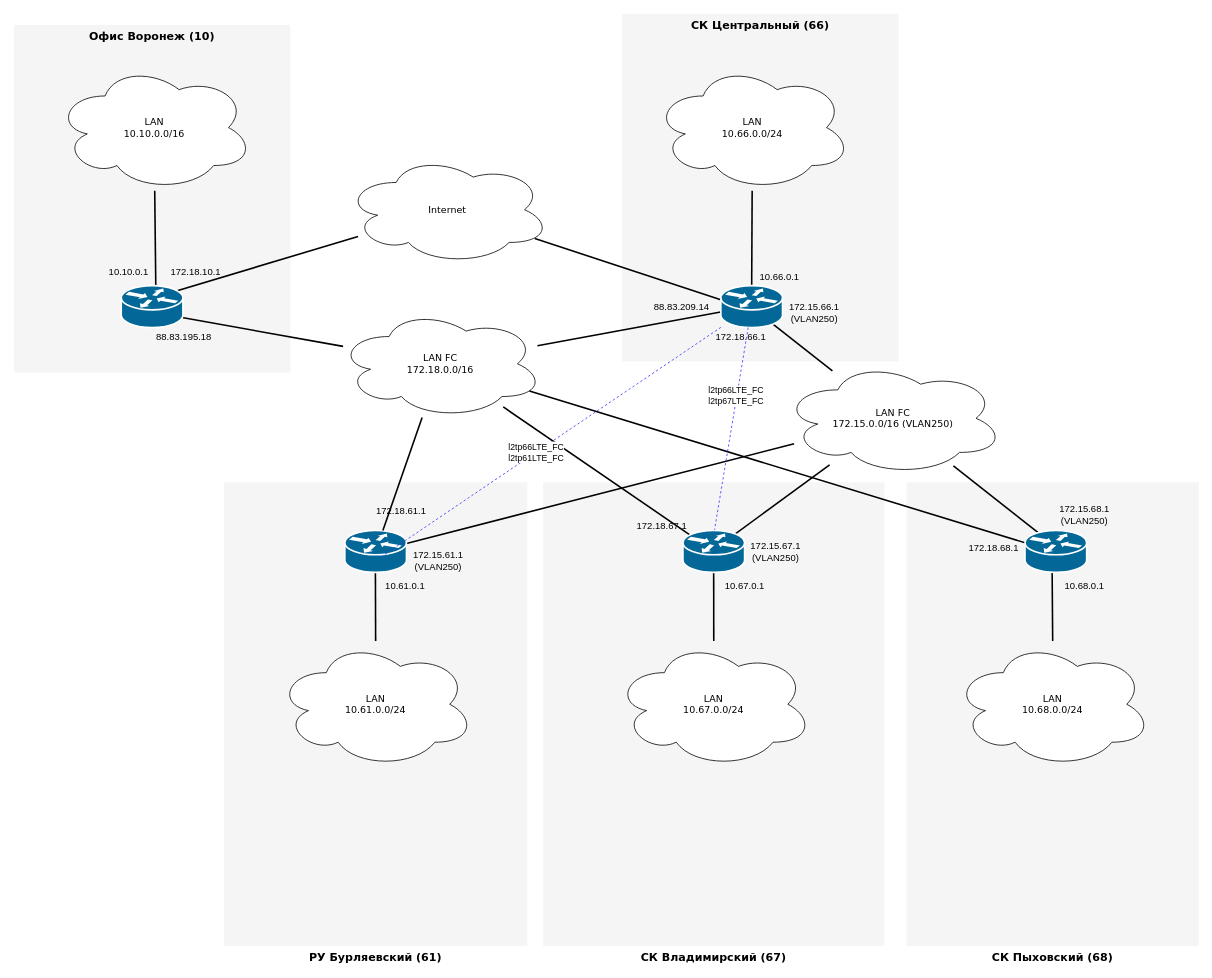
Before: L3 Новохоперск.drawio in kronalf/Novohapersk, a draw.io diagram. Source tidied: cells renumbered, new cells numbered last; positions are measured from the earlier drawing's top-left corner, leaving out a move shared by most shapes. Both pictures are drawn from the tidied source at 79%, with x=0, y=0 at pixel (13, 13).
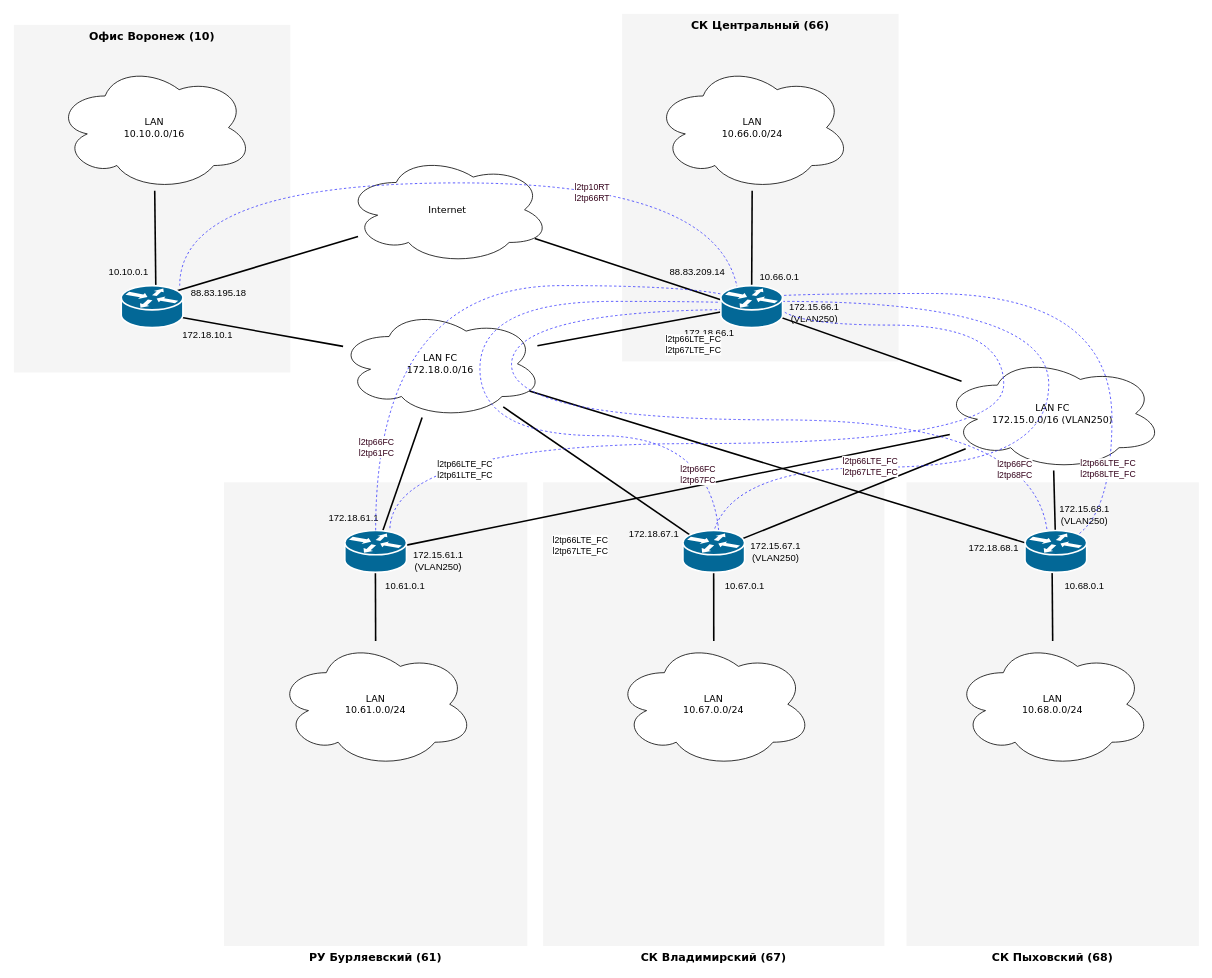
After the change.

The change refers to these unchanged cells:
```xml
<mxCell id="47" style="shape=mxgraph.cisco.routers.router;html=1;dashed=0;fillColor=#036897;strokeColor=#ffffff;strokeWidth=2;verticalLabelPosition=bottom;verticalAlign=top;rounded=0;shadow=0;comic=0;fontFamily=Verdana;fontSize=12;" parent="1" vertex="1">
  <mxGeometry x="136" y="344" width="78" height="53" as="geometry" />
</mxCell>
```

What changed in the source:
```diff
@@
     <mxCell id="11" value="LAN FC&lt;br&gt;172.15.0.0/16 (VLAN250)" style="ellipse;shape=cloud;whiteSpace=wrap;html=1;rounded=0;shadow=0;comic=0;strokeWidth=1;fontFamily=Verdana;fontSize=12;" parent="1" vertex="1">
-      <mxGeometry x="973" y="440" width="280" height="144" as="geometry" />
+      <mxGeometry x="1175" y="434" width="280" height="144" as="geometry" />
     </mxCell>
@@
-    <mxCell id="25" style="shape=mxgraph.cisco.routers.router;html=1;dashed=0;fillColor=#036897;strokeColor=#ffffff;strokeWidth=2;verticalLabelPosition=bottom;verticalAlign=top;rounded=0;shadow=0;comic=0;fontFamily=Verdana;fontSize=12;" parent="1" vertex="1">
-      <mxGeometry x="419" y="654" width="78" height="53" as="geometry" />
-    </mxCell>
@@
     <mxCell id="31" value="172.18.61.1" style="text;html=1;align=center;verticalAlign=middle;fillColor=none;strokeColor=none;rounded=0;" parent="1" vertex="1">
-      <mxGeometry x="450" y="619" width="80" height="20" as="geometry" />
+      <mxGeometry x="390" y="629" width="80" height="20" as="geometry" />
     </mxCell>
     <mxCell id="32" value="172.18.67.1" style="text;html=1;align=center;verticalAlign=middle;fillColor=none;strokeColor=none;rounded=0;" parent="1" vertex="1">
-      <mxGeometry x="780" y="639" width="80" height="20" as="geometry" />
+      <mxGeometry x="770" y="649" width="80" height="20" as="geometry" />
     </mxCell>
@@
-    <mxCell id="36" style="shape=mxgraph.cisco.routers.router;html=1;dashed=0;fillColor=#036897;strokeColor=#ffffff;strokeWidth=2;verticalLabelPosition=bottom;verticalAlign=top;rounded=0;shadow=0;comic=0;fontFamily=Verdana;fontSize=12;" parent="1" vertex="1">
-      <mxGeometry x="1280" y="654" width="78" height="53" as="geometry" />
-    </mxCell>
     <mxCell id="37" value="172.18.66.1" style="text;html=1;align=center;verticalAlign=middle;fillColor=none;strokeColor=none;rounded=0;" parent="1" vertex="1">
-      <mxGeometry x="880" y="399" width="80" height="20" as="geometry" />
+      <mxGeometry x="840" y="394" width="80" height="20" as="geometry" />
     </mxCell>
@@
     <mxCell id="42" value="88.83.195.18" style="text;html=1;align=center;verticalAlign=middle;fillColor=none;strokeColor=none;rounded=0;" parent="1" vertex="1">
-      <mxGeometry x="170" y="399" width="90" height="20" as="geometry" />
+      <mxGeometry x="214" y="344" width="90" height="20" as="geometry" />
     </mxCell>
     <mxCell id="43" value="172.18.10.1" style="text;html=1;align=center;verticalAlign=middle;fillColor=none;strokeColor=none;rounded=0;" parent="1" vertex="1">
-      <mxGeometry x="190" y="317" width="80" height="20" as="geometry" />
+      <mxGeometry x="205" y="397" width="80" height="20" as="geometry" />
     </mxCell>
@@
-    <mxCell id="49" style="shape=mxgraph.cisco.routers.router;html=1;dashed=0;fillColor=#036897;strokeColor=#ffffff;strokeWidth=2;verticalLabelPosition=bottom;verticalAlign=top;rounded=0;shadow=0;comic=0;fontFamily=Verdana;fontSize=12;" parent="1" vertex="1">
-      <mxGeometry x="895" y="344" width="78" height="53" as="geometry" />
-    </mxCell>
     <mxCell id="50" value="88.83.209.14" style="text;html=1;align=center;verticalAlign=middle;fillColor=none;strokeColor=none;rounded=0;" parent="1" vertex="1">
-      <mxGeometry x="800" y="360.5" width="90" height="20" as="geometry" />
+      <mxGeometry x="820" y="317" width="90" height="20" as="geometry" />
     </mxCell>
-    <mxCell id="51" style="endArrow=none;dashed=1;html=1;rounded=0;entryX=0.449;entryY=0.547;entryDx=0;entryDy=0;entryPerimeter=0;fontColor=#3333FF;strokeColor=#3333FF;" parent="1" edge="1" source="49" target="53">
-      <mxGeometry relative="1" as="geometry" />
+    <mxCell id="51" style="endArrow=none;dashed=1;html=1;rounded=0;entryX=0.449;entryY=0.547;entryDx=0;entryDy=0;entryPerimeter=0;fontColor=#3333FF;strokeColor=#3333FF;edgeStyle=orthogonalEdgeStyle;elbow=vertical;curved=1;" parent="1" edge="1" source="49" target="53">
+      <mxGeometry relative="1" as="geometry">
+        <Array as="points">
+          <mxPoint x="1310" y="364" />
+          <mxPoint x="1310" y="574" />
+          <mxPoint x="882" y="574" />
+        </Array>
+      </mxGeometry>
     </mxCell>
-    <mxCell id="52" value="l2tp66LTE_FC&lt;br&gt;l2tp67LTE_FC" style="edgeLabel;html=1;align=center;verticalAlign=middle;" parent="51" vertex="1">
-      <mxGeometry x="-0.39" y="-2" relative="1" as="geometry" />
-    </mxCell>
-    <mxCell id="53" style="shape=mxgraph.cisco.routers.router;html=1;dashed=0;fillColor=#036897;strokeColor=#ffffff;strokeWidth=2;verticalLabelPosition=bottom;verticalAlign=top;rounded=0;shadow=0;comic=0;fontFamily=Verdana;fontSize=12;" parent="1" vertex="1">
-      <mxGeometry x="847" y="654" width="78" height="53" as="geometry" />
-    </mxCell>
+    <mxCell id="56" value="l2tp66LTE_FC&lt;br&gt;l2tp67LTE_FC" style="edgeLabel;html=1;align=center;verticalAlign=middle;fontColor=#33001A;" parent="51" vertex="1">
+      <mxGeometry x="0.43" y="-2" relative="1" as="geometry">
+        <mxPoint x="1" as="offset" />
+      </mxGeometry>
+    </mxCell>
-    <mxCell id="54" style="endArrow=none;dashed=1;html=1;rounded=0;entryX=0.577;entryY=0.642;entryDx=0;entryDy=0;entryPerimeter=0;fontColor=#3333FF;strokeColor=#3333FF;" parent="1" edge="1" source="49" target="25">
-      <mxGeometry relative="1" as="geometry" />
+    <mxCell id="54" style="endArrow=none;dashed=1;html=1;rounded=0;fontColor=#3333FF;strokeColor=#3333FF;edgeStyle=orthogonalEdgeStyle;curved=1;exitX=0.865;exitY=0.56;exitDx=0;exitDy=0;exitPerimeter=0;" parent="1" edge="1" target="25">
+      <mxGeometry relative="1" as="geometry">
+        <mxPoint x="965.8" y="364" as="sourcePoint" />
+        <Array as="points">
+          <mxPoint x="966" y="394" />
+          <mxPoint x="1253" y="394" />
+          <mxPoint x="1253" y="544" />
+          <mxPoint x="476" y="544" />
+        </Array>
+      </mxGeometry>
     </mxCell>
     <mxCell id="55" value="l2tp66LTE_FC&lt;br&gt;l2tp61LTE_FC" style="edgeLabel;html=1;align=center;verticalAlign=middle;" parent="54" vertex="1">
       <mxGeometry x="-0.39" y="-2" relative="1" as="geometry">
-        <mxPoint x="-102" y="70" as="offset" />
+        <mxPoint x="-681" y="87" as="offset" />
       </mxGeometry>
     </mxCell>
+    <mxCell id="57" style="endArrow=none;dashed=1;html=1;rounded=0;fontColor=#3333FF;strokeColor=#3333FF;exitX=0.423;exitY=0.34;exitDx=0;exitDy=0;exitPerimeter=0;edgeStyle=orthogonalEdgeStyle;curved=1;entryX=0.346;entryY=0.335;entryDx=0;entryDy=0;entryPerimeter=0;" parent="1" edge="1" source="49" target="36">
+      <mxGeometry relative="1" as="geometry">
+        <Array as="points">
+          <mxPoint x="928" y="354" />
+          <mxPoint x="1390" y="354" />
+          <mxPoint x="1390" y="672" />
+        </Array>
+      </mxGeometry>
+    </mxCell>
+    <mxCell id="58" value="l2tp66LTE_FC&lt;br&gt;l2tp68LTE_FC" style="edgeLabel;html=1;align=center;verticalAlign=middle;fontColor=#33001A;" parent="57" vertex="1">
+      <mxGeometry x="0.59" y="-6" relative="1" as="geometry" />
+    </mxCell>
+    <mxCell id="25" style="shape=mxgraph.cisco.routers.router;html=1;dashed=0;fillColor=#036897;strokeColor=#ffffff;strokeWidth=2;verticalLabelPosition=bottom;verticalAlign=top;rounded=0;shadow=0;comic=0;fontFamily=Verdana;fontSize=12;" parent="1" vertex="1">
+      <mxGeometry x="419" y="654" width="78" height="53" as="geometry" />
+    </mxCell>
+    <mxCell id="59" style="endArrow=none;dashed=1;html=1;rounded=0;fontColor=#3333FF;strokeColor=#3333FF;edgeStyle=orthogonalEdgeStyle;elbow=vertical;curved=1;exitX=0.295;exitY=0.509;exitDx=0;exitDy=0;exitPerimeter=0;" parent="1" edge="1" source="49" target="47">
+      <mxGeometry relative="1" as="geometry">
+        <Array as="points">
+          <mxPoint x="918" y="214" />
+          <mxPoint x="210" y="214" />
+        </Array>
+      </mxGeometry>
+    </mxCell>
+    <mxCell id="60" value="l2tp66LTE_FC&lt;br&gt;l2tp67LTE_FC" style="edgeLabel;html=1;align=center;verticalAlign=middle;" parent="59" vertex="1">
+      <mxGeometry x="-0.39" y="-2" relative="1" as="geometry">
+        <mxPoint x="88" y="206" as="offset" />
+      </mxGeometry>
+    </mxCell>
+    <mxCell id="61" style="edgeLabel;html=1;align=center;verticalAlign=middle;fontColor=#33001A;" parent="59" vertex="1">
+      <mxGeometry x="-0.27" y="10" relative="1" as="geometry" />
+    </mxCell>
+    <mxCell id="62" value="l2tp10RT&lt;br&gt;l2tp66RT" style="edgeLabel;html=1;align=center;verticalAlign=middle;fontColor=#33001A;" parent="59" vertex="1">
+      <mxGeometry x="-0.31" y="12" relative="1" as="geometry" />
+    </mxCell>
+    <mxCell id="63" style="endArrow=none;dashed=1;html=1;rounded=0;fontColor=#3333FF;strokeColor=#3333FF;edgeStyle=orthogonalEdgeStyle;elbow=vertical;curved=1;exitX=0.449;exitY=0.528;exitDx=0;exitDy=0;exitPerimeter=0;" parent="1" edge="1" source="49" target="25">
+      <mxGeometry relative="1" as="geometry">
+        <Array as="points">
+          <mxPoint x="930" y="344" />
+          <mxPoint x="458" y="344" />
+        </Array>
+      </mxGeometry>
+    </mxCell>
+    <mxCell id="64" value="l2tp66FC&lt;br&gt;l2tp61FC" style="edgeLabel;html=1;align=center;verticalAlign=middle;fontColor=#33001A;" parent="63" vertex="1">
+      <mxGeometry x="0.45" relative="1" as="geometry">
+        <mxPoint y="117" as="offset" />
+      </mxGeometry>
+    </mxCell>
+    <mxCell id="65" style="endArrow=none;dashed=1;html=1;rounded=0;entryX=0.594;entryY=0.447;entryDx=0;entryDy=0;entryPerimeter=0;fontColor=#3333FF;strokeColor=#3333FF;edgeStyle=orthogonalEdgeStyle;elbow=vertical;curved=1;exitX=0.406;exitY=0.447;exitDx=0;exitDy=0;exitPerimeter=0;" parent="1" edge="1" source="49" target="53">
+      <mxGeometry relative="1" as="geometry">
+        <Array as="points">
+          <mxPoint x="927" y="364" />
+          <mxPoint x="590" y="364" />
+          <mxPoint x="590" y="534" />
+          <mxPoint x="893" y="534" />
+        </Array>
+      </mxGeometry>
+    </mxCell>
+    <mxCell id="66" value="l2tp66FC&lt;br&gt;l2tp67FC" style="edgeLabel;html=1;align=center;verticalAlign=middle;fontColor=#33001A;" parent="65" vertex="1">
+      <mxGeometry x="0.8" y="-28" relative="1" as="geometry" />
+    </mxCell>
+    <mxCell id="67" style="endArrow=none;dashed=1;html=1;rounded=0;entryX=0.372;entryY=0.329;entryDx=0;entryDy=0;entryPerimeter=0;fontColor=#3333FF;strokeColor=#3333FF;edgeStyle=orthogonalEdgeStyle;elbow=vertical;curved=1;exitX=0.399;exitY=0.571;exitDx=0;exitDy=0;exitPerimeter=0;" parent="1" edge="1" source="49" target="36">
+      <mxGeometry relative="1" as="geometry">
+        <Array as="points">
+          <mxPoint x="630" y="374" />
+          <mxPoint x="630" y="514" />
+          <mxPoint x="1309" y="514" />
+        </Array>
+      </mxGeometry>
+    </mxCell>
+    <mxCell id="68" value="l2tp66LTE_FC&lt;br&gt;l2tp67LTE_FC" style="edgeLabel;html=1;align=center;verticalAlign=middle;" parent="67" vertex="1">
+      <mxGeometry x="-0.39" y="-2" relative="1" as="geometry">
+        <mxPoint x="88" y="206" as="offset" />
+      </mxGeometry>
+    </mxCell>
+    <mxCell id="69" style="edgeLabel;html=1;align=center;verticalAlign=middle;fontColor=#33001A;" parent="67" vertex="1">
+      <mxGeometry x="0.85" y="-40" relative="1" as="geometry" />
+    </mxCell>
+    <mxCell id="70" value="l2tp66FC&lt;br&gt;l2tp68FC" style="edgeLabel;html=1;align=center;verticalAlign=middle;fontColor=#33001A;" parent="67" vertex="1">
+      <mxGeometry x="0.85" y="-43" relative="1" as="geometry" />
+    </mxCell>
+    <mxCell id="53" style="shape=mxgraph.cisco.routers.router;html=1;dashed=0;fillColor=#036897;strokeColor=#ffffff;strokeWidth=2;verticalLabelPosition=bottom;verticalAlign=top;rounded=0;shadow=0;comic=0;fontFamily=Verdana;fontSize=12;" parent="1" vertex="1">
+      <mxGeometry x="847" y="654" width="78" height="53" as="geometry" />
+    </mxCell>
+    <mxCell id="36" style="shape=mxgraph.cisco.routers.router;html=1;dashed=0;fillColor=#036897;strokeColor=#ffffff;strokeWidth=2;verticalLabelPosition=bottom;verticalAlign=top;rounded=0;shadow=0;comic=0;fontFamily=Verdana;fontSize=12;" parent="1" vertex="1">
+      <mxGeometry x="1280" y="654" width="78" height="53" as="geometry" />
+    </mxCell>
+    <mxCell id="49" style="shape=mxgraph.cisco.routers.router;html=1;dashed=0;fillColor=#036897;strokeColor=#ffffff;strokeWidth=2;verticalLabelPosition=bottom;verticalAlign=top;rounded=0;shadow=0;comic=0;fontFamily=Verdana;fontSize=12;" parent="1" vertex="1">
+      <mxGeometry x="895" y="344" width="78" height="53" as="geometry" />
+    </mxCell>
```
